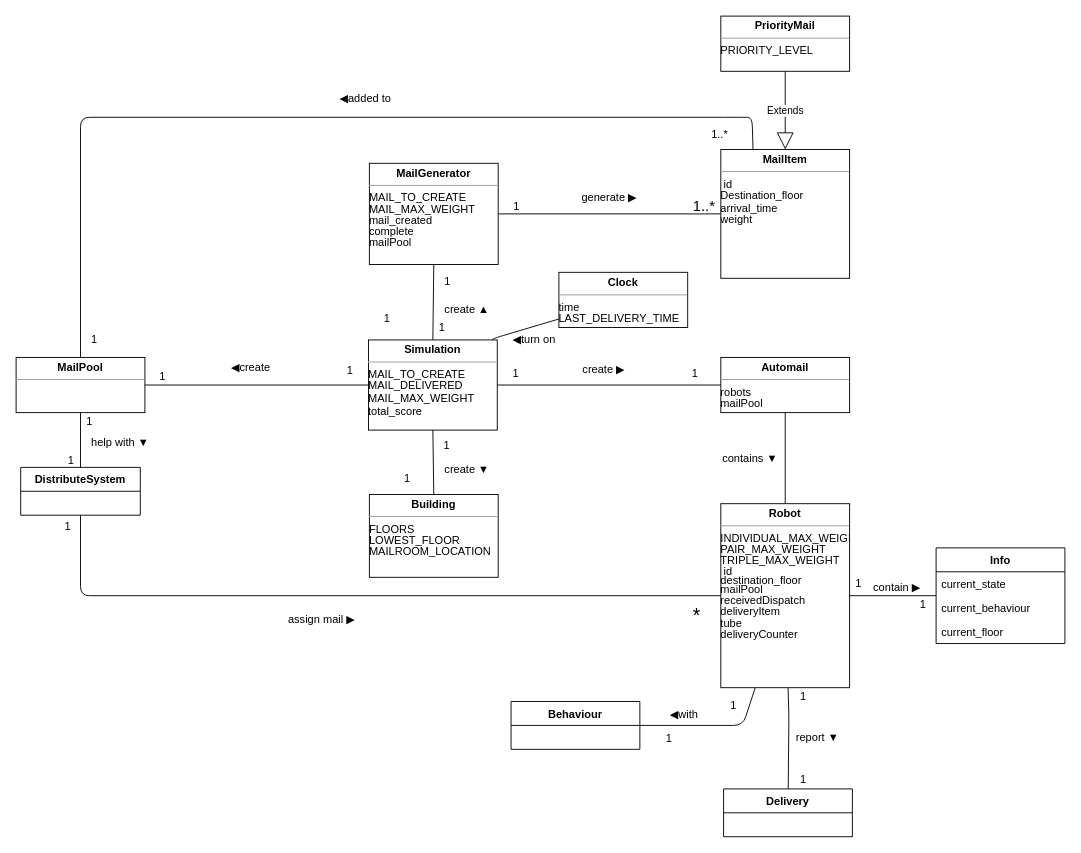
Before: Domain Class Diagram.drawio in PuKaiShen/SWEN30006, a draw.io diagram. Source tidied: cells renumbered, new cells numbered last; positions are measured from the earlier drawing's top-left corner, leaving out a move shared by most shapes. Both pictures are drawn from the tidied source at 92%, with x=0, y=0 at pixel (16, 16).
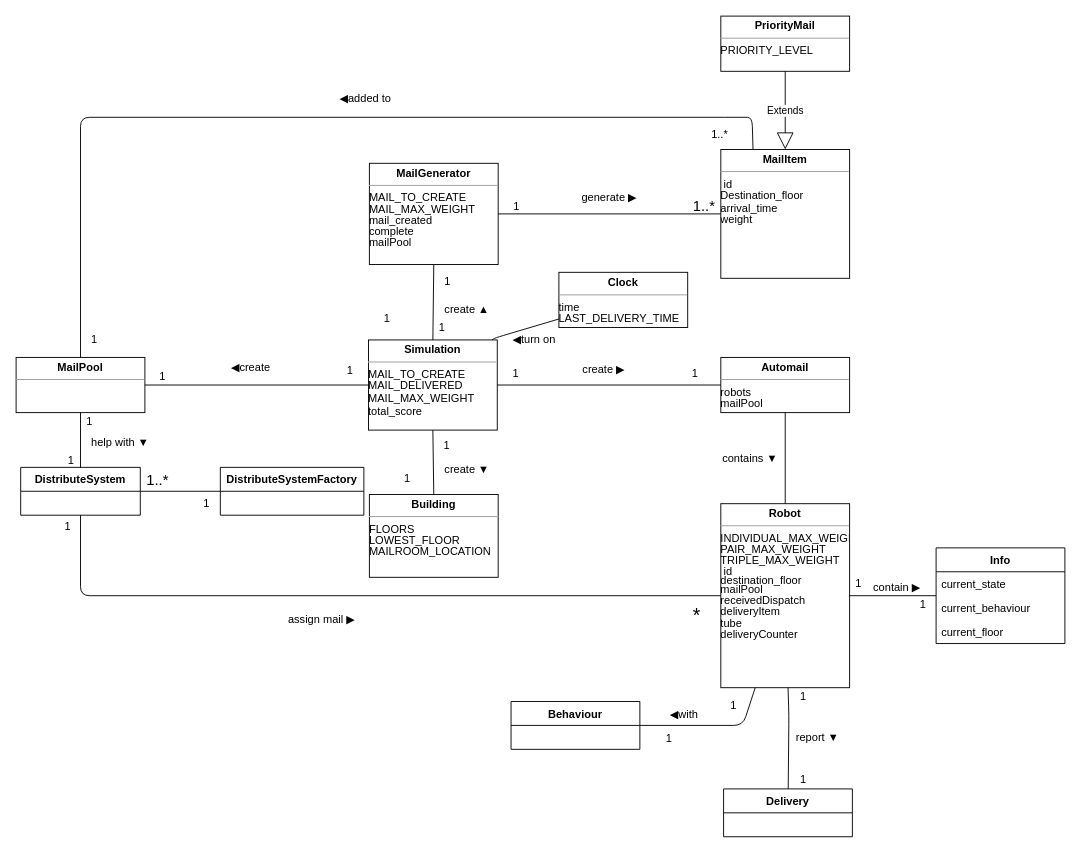
After the change.

Commit message (it also covers changes not shown here):
Version 3.0 with report and domain class diagram

Unchanged cells that the change refers to:
```xml
<mxCell id="42" value="DistributeSystem" style="swimlane;fontStyle=1;horizontal=1;startSize=26;fillColor=none;" parent="1" vertex="1">
  <mxGeometry x="5" y="490.5" width="130" height="52" as="geometry" />
</mxCell>
```

The edit, as a diff of the source:
```diff
@@
+    <mxCell id="68" value="DistributeSystemFactory" style="swimlane;fontStyle=1;horizontal=1;startSize=26;fillColor=none;" parent="1" vertex="1">
+      <mxGeometry x="222" y="490.5" width="156" height="52" as="geometry" />
+    </mxCell>
+    <mxCell id="69" style="endArrow=none;html=1;" parent="1" edge="1" source="42" target="68">
+      <mxGeometry relative="1" as="geometry" />
+    </mxCell>
+    <mxCell id="70" value="1" style="text;html=1;align=left;verticalAlign=top;spacingTop=-4;" parent="1" vertex="1">
+      <mxGeometry x="202" y="520" width="20" height="20" as="geometry" />
+    </mxCell>
+    <mxCell id="71" value="&lt;font style=&quot;font-size: 16px&quot;&gt;1..*&lt;/font&gt;" style="text;html=1;align=left;verticalAlign=top;spacingTop=-4;" parent="1" vertex="1">
+      <mxGeometry x="140" y="491.5" width="40" height="20" as="geometry" />
+    </mxCell>
```
